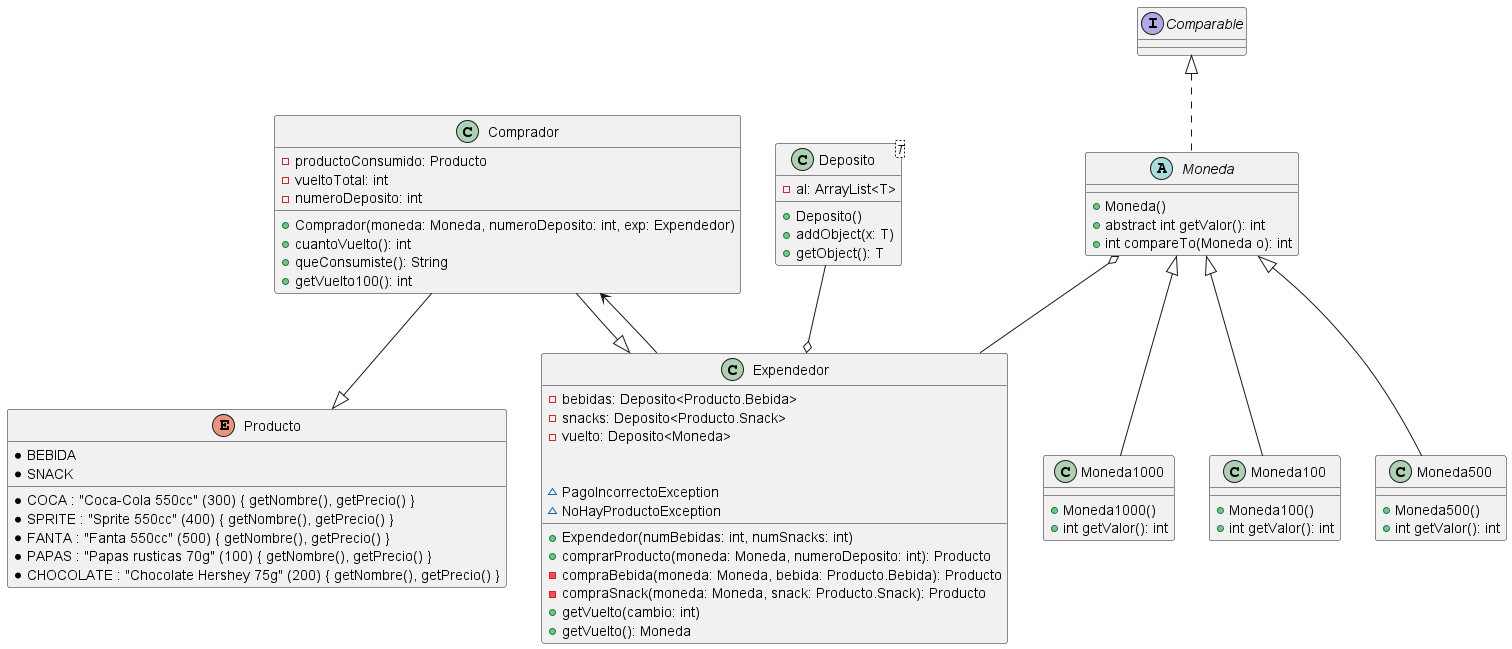
Above: Diagrama.png in JorshSlimming/Expendedor (PlantUML), before the change.
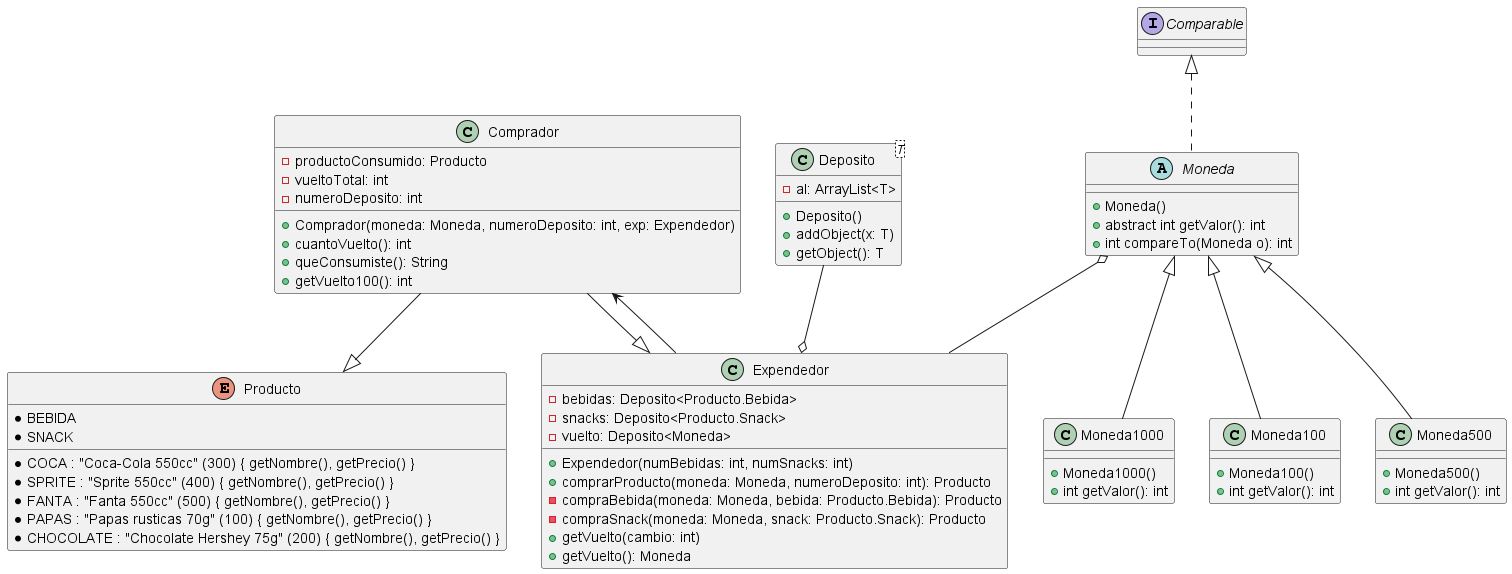
After the commit.

What changed in the source:
```diff
@@ -23,8 +23,6 @@
   + getVuelto(cambio: int)
   + getVuelto(): Moneda
 
-  ~ PagoIncorrectoException
-  ~ NoHayProductoException
 }
 
 enum Producto {
```
